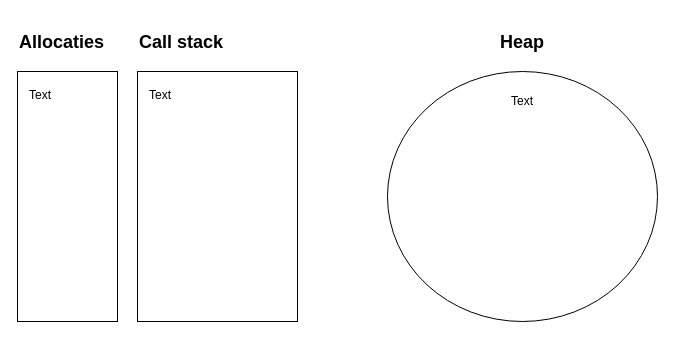
The draw.io diagram TrainingShoeby01/HeapStack/Exercise.drawio in TomBina/TrainingShoeby01, before the edit. Source tidied: cells renumbered, new cells numbered last; positions are measured from the earlier drawing's top-left corner, leaving out a move shared by most shapes. Both pictures are drawn from the tidied source at 100%, with x=0, y=0 at pixel (17, 32).
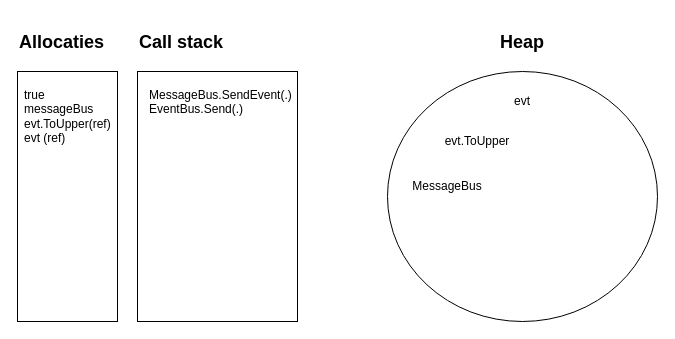
The same diagram, later.

The edit, as a diff of the source:
```diff
@@
 <mxGraphModel>
   <root>
     <mxCell id="0" />
     <mxCell id="1" parent="0" />
     <mxCell id="2" style="rounded=0;whiteSpace=wrap;html=1;" parent="1" vertex="1">
       <mxGeometry x="120" y="39" width="160" height="250" as="geometry" />
     </mxCell>
-    <mxCell id="3" value="Text" style="text;html=1;strokeColor=none;fillColor=none;align=left;verticalAlign=top;whiteSpace=wrap;rounded=0;" parent="1" vertex="1">
+    <mxCell id="3" value="MessageBus.SendEvent(.)&lt;br&gt;EventBus.Send(.)" style="text;html=1;strokeColor=none;fillColor=none;align=left;verticalAlign=top;whiteSpace=wrap;rounded=0;" parent="1" vertex="1">
       <mxGeometry x="130" y="49" width="140" height="230" as="geometry" />
     </mxCell>
     <mxCell id="4" style="ellipse;whiteSpace=wrap;html=1;align=left;" parent="1" vertex="1">
       <mxGeometry x="370" y="39" width="270" height="250" as="geometry" />
     </mxCell>
     <mxCell id="5" value="&lt;h2&gt;Call stack&lt;/h2&gt;" style="text;html=1;strokeColor=none;fillColor=none;align=left;verticalAlign=middle;whiteSpace=wrap;rounded=0;" parent="1" vertex="1">
       <mxGeometry x="120" width="105" height="20" as="geometry" />
     </mxCell>
     <mxCell id="6" value="&lt;h2&gt;Heap&lt;/h2&gt;" style="text;html=1;strokeColor=none;fillColor=none;align=center;verticalAlign=middle;whiteSpace=wrap;rounded=0;" parent="1" vertex="1">
       <mxGeometry x="485" width="40" height="20" as="geometry" />
     </mxCell>
-    <mxCell id="7" value="Text" style="text;html=1;strokeColor=none;fillColor=none;align=center;verticalAlign=middle;whiteSpace=wrap;rounded=0;" parent="1" vertex="1">
+    <mxCell id="7" value="evt" style="text;html=1;strokeColor=none;fillColor=none;align=center;verticalAlign=middle;whiteSpace=wrap;rounded=0;" parent="1" vertex="1">
       <mxGeometry x="485" y="59" width="40" height="20" as="geometry" />
     </mxCell>
     <mxCell id="8" style="rounded=0;whiteSpace=wrap;html=1;" parent="1" vertex="1">
       <mxGeometry y="39" width="100" height="250" as="geometry" />
     </mxCell>
     <mxCell id="9" value="&lt;h2&gt;Allocaties&lt;/h2&gt;" style="text;html=1;strokeColor=none;fillColor=none;align=left;verticalAlign=middle;whiteSpace=wrap;rounded=0;" parent="1" vertex="1">
       <mxGeometry width="90" height="20" as="geometry" />
     </mxCell>
-    <mxCell id="10" value="Text" style="text;html=1;strokeColor=none;fillColor=none;align=left;verticalAlign=top;whiteSpace=wrap;rounded=0;" parent="1" vertex="1">
-      <mxGeometry x="10" y="49" width="80" height="230" as="geometry" />
+    <mxCell id="10" value="true&lt;br&gt;messageBus&lt;br&gt;evt.ToUpper(ref)&lt;br&gt;evt (ref)" style="text;html=1;strokeColor=none;fillColor=none;align=left;verticalAlign=top;whiteSpace=wrap;rounded=0;" parent="1" vertex="1">
+      <mxGeometry x="5" y="49" width="80" height="230" as="geometry" />
     </mxCell>
+    <mxCell id="11" value="evt.ToUpper" style="text;html=1;strokeColor=none;fillColor=none;align=center;verticalAlign=middle;whiteSpace=wrap;rounded=0;" parent="1" vertex="1">
+      <mxGeometry x="440" y="99" width="40" height="20" as="geometry" />
+    </mxCell>
+    <mxCell id="12" value="MessageBus" style="text;html=1;strokeColor=none;fillColor=none;align=center;verticalAlign=middle;whiteSpace=wrap;rounded=0;" parent="1" vertex="1">
+      <mxGeometry x="410" y="144" width="40" height="20" as="geometry" />
+    </mxCell>
   </root>
 </mxGraphModel>
```
